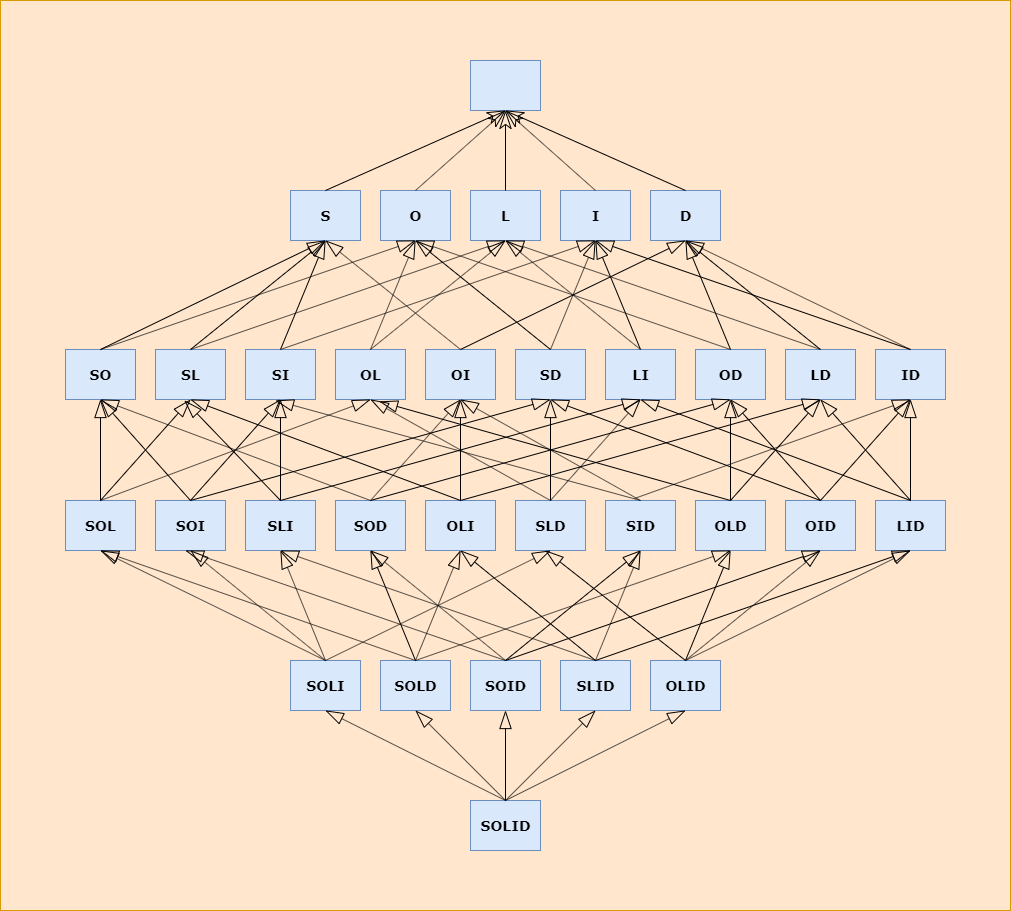
Earlier version of the draw.io export images/solid-hasse.png (softspiders/softspiders). Source tidied: cells renumbered, new cells last; positions are measured from the earlier drawing's top-left corner, leaving out a move shared by most shapes.
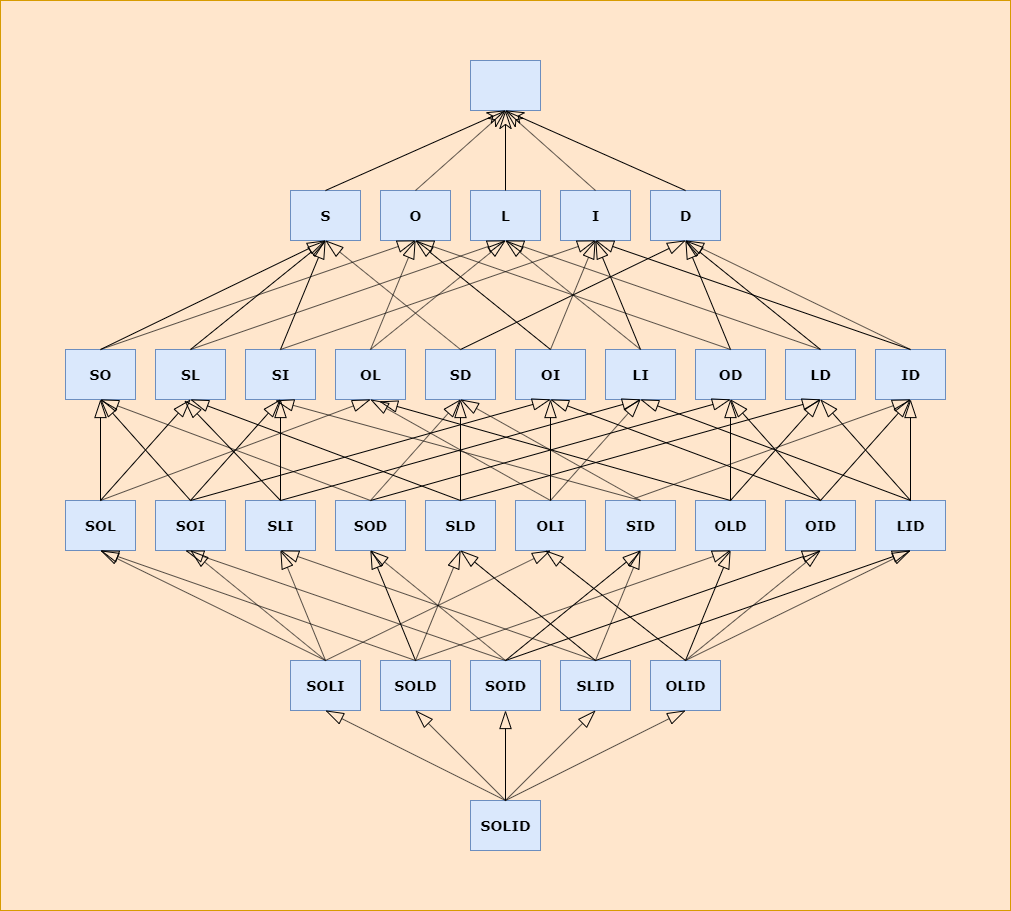
The same diagram one commit later.

Commit message:
doc: add solid-hasse-non-effective diagram

Change to the diagram source:
```diff
@@ -17,10 +17,10 @@
     <mxCell id="6" value="OL" style="html=1;fontStyle=1;fontFamily=Verdana;fontSize=14;fillColor=#dae8fc;strokeColor=#6c8ebf;" parent="1" vertex="1">
       <mxGeometry x="335" y="349" width="70" height="50" as="geometry" />
     </mxCell>
-    <mxCell id="7" value="OI" style="html=1;fontStyle=1;fontFamily=Verdana;fontSize=14;fillColor=#dae8fc;strokeColor=#6c8ebf;" parent="1" vertex="1">
+    <mxCell id="7" value="SD" style="html=1;fontStyle=1;fontFamily=Verdana;fontSize=14;fillColor=#dae8fc;strokeColor=#6c8ebf;" parent="1" vertex="1">
       <mxGeometry x="425" y="349" width="70" height="50" as="geometry" />
     </mxCell>
-    <mxCell id="8" value="SD" style="html=1;fontStyle=1;fontFamily=Verdana;fontSize=14;fillColor=#dae8fc;strokeColor=#6c8ebf;" parent="1" vertex="1">
+    <mxCell id="8" value="OI" style="html=1;fontStyle=1;fontFamily=Verdana;fontSize=14;fillColor=#dae8fc;strokeColor=#6c8ebf;" parent="1" vertex="1">
       <mxGeometry x="515" y="349" width="70" height="50" as="geometry" />
     </mxCell>
     <mxCell id="9" value="LI" style="html=1;fontStyle=1;fontFamily=Verdana;fontSize=14;fillColor=#dae8fc;strokeColor=#6c8ebf;" parent="1" vertex="1">
@@ -47,10 +47,10 @@
     <mxCell id="16" value="SOD" style="html=1;fontStyle=1;fontFamily=Verdana;fontSize=14;fillColor=#dae8fc;strokeColor=#6c8ebf;" parent="1" vertex="1">
       <mxGeometry x="335" y="500" width="70" height="50" as="geometry" />
     </mxCell>
-    <mxCell id="17" value="OLI" style="html=1;fontStyle=1;fontFamily=Verdana;fontSize=14;fillColor=#dae8fc;strokeColor=#6c8ebf;" parent="1" vertex="1">
+    <mxCell id="17" value="SLD" style="html=1;fontStyle=1;fontFamily=Verdana;fontSize=14;fillColor=#dae8fc;strokeColor=#6c8ebf;" parent="1" vertex="1">
       <mxGeometry x="425" y="500" width="70" height="50" as="geometry" />
     </mxCell>
-    <mxCell id="18" value="SLD" style="html=1;fontStyle=1;fontFamily=Verdana;fontSize=14;fillColor=#dae8fc;strokeColor=#6c8ebf;" parent="1" vertex="1">
+    <mxCell id="18" value="OLI" style="html=1;fontStyle=1;fontFamily=Verdana;fontSize=14;fillColor=#dae8fc;strokeColor=#6c8ebf;" parent="1" vertex="1">
       <mxGeometry x="515" y="500" width="70" height="50" as="geometry" />
     </mxCell>
     <mxCell id="19" value="SID" style="html=1;fontStyle=1;fontFamily=Verdana;fontSize=14;fillColor=#dae8fc;strokeColor=#6c8ebf;" parent="1" vertex="1">
```
